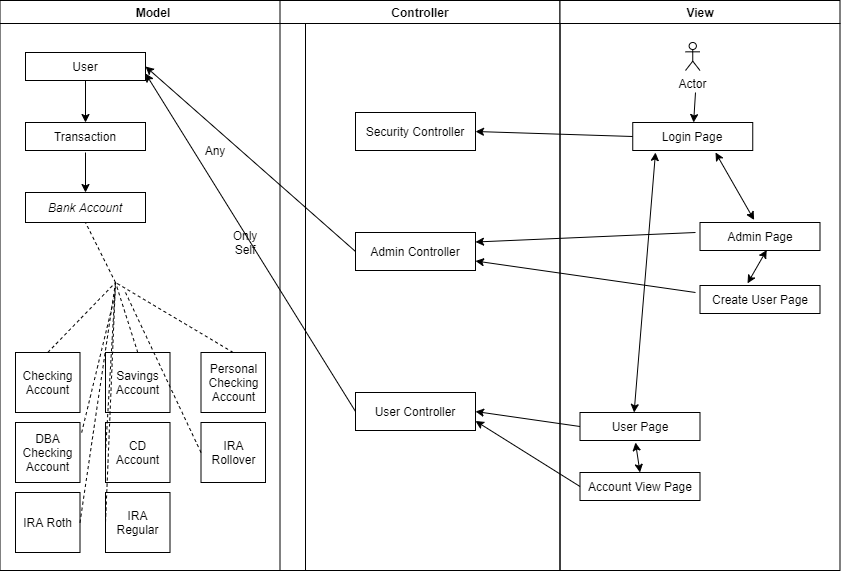
Earlier version of the draw.io export UML.png (lifefromashes/bankApp). Source tidied: cells renumbered, new cells last; positions are measured from the earlier drawing's top-left corner, leaving out a move shared by most shapes.
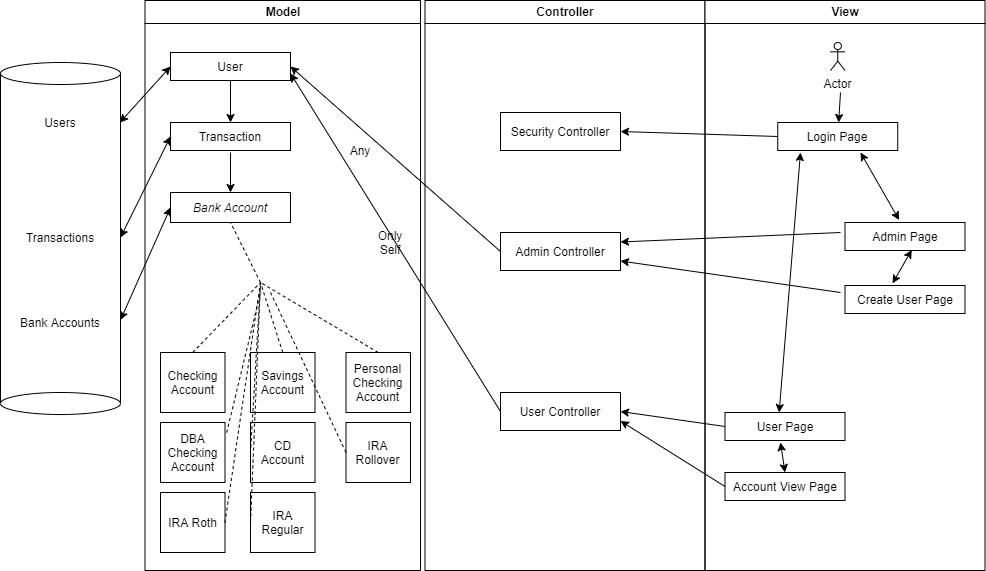
Above is the later version.

Commit message:
improved UML

Change to the diagram source:
```diff
@@ -2,8 +2,11 @@
   <root>
     <mxCell id="0" />
     <mxCell id="1" parent="0" />
+    <mxCell id="50" style="rounded=0;whiteSpace=wrap;html=1;" parent="1" vertex="1">
+      <mxGeometry x="-144" y="72" width="120" height="330" as="geometry" />
+    </mxCell>
     <mxCell id="2" value="Model" style="swimlane;whiteSpace=wrap;startSize=23;" parent="1" vertex="1">
-      <mxGeometry x="0.5" width="305.5" height="570" as="geometry" />
+      <mxGeometry x="0.5" width="275.5" height="570" as="geometry" />
     </mxCell>
     <mxCell id="3" value="&lt;i&gt;Bank Account&lt;/i&gt;" style="rounded=0;whiteSpace=wrap;html=1;" parent="2" vertex="1">
       <mxGeometry x="25.5" y="192" width="120" height="30" as="geometry" />
@@ -180,5 +183,29 @@
     <mxCell id="49" style="endArrow=classic;html=1;exitX=0;exitY=0.5;exitDx=0;exitDy=0;entryX=1;entryY=0.75;entryDx=0;entryDy=0;" parent="1" edge="1" source="29" target="4">
       <mxGeometry relative="1" as="geometry" />
     </mxCell>
+    <mxCell id="51" style="ellipse;whiteSpace=wrap;html=1;" parent="1" vertex="1">
+      <mxGeometry x="-144" y="62" width="120" height="22" as="geometry" />
+    </mxCell>
+    <mxCell id="52" style="ellipse;whiteSpace=wrap;html=1;" parent="1" vertex="1">
+      <mxGeometry x="-144" y="392" width="120" height="22" as="geometry" />
+    </mxCell>
+    <mxCell id="53" style="endArrow=classic;startArrow=classic;html=1;entryX=0;entryY=0.5;entryDx=0;entryDy=0;exitX=0.994;exitY=0.152;exitDx=0;exitDy=0;exitPerimeter=0;" parent="1" edge="1" source="50" target="4">
+      <mxGeometry relative="1" as="geometry" />
+    </mxCell>
+    <mxCell id="54" style="endArrow=classic;startArrow=classic;html=1;entryX=0;entryY=0.5;entryDx=0;entryDy=0;exitX=1;exitY=0.5;exitDx=0;exitDy=0;" parent="1" edge="1" source="50" target="26">
+      <mxGeometry relative="1" as="geometry" />
+    </mxCell>
+    <mxCell id="55" style="endArrow=classic;startArrow=classic;html=1;entryX=0;entryY=0.5;entryDx=0;entryDy=0;exitX=1;exitY=0.75;exitDx=0;exitDy=0;" parent="1" edge="1" source="50" target="3">
+      <mxGeometry relative="1" as="geometry" />
+    </mxCell>
+    <mxCell id="56" value="Users" style="text;html=1;strokeColor=none;fillColor=none;align=center;verticalAlign=middle;whiteSpace=wrap;rounded=0;" parent="1" vertex="1">
+      <mxGeometry x="-124" y="112" width="80" height="20" as="geometry" />
+    </mxCell>
+    <mxCell id="57" value="Transactions" style="text;html=1;strokeColor=none;fillColor=none;align=center;verticalAlign=middle;whiteSpace=wrap;rounded=0;" parent="1" vertex="1">
+      <mxGeometry x="-124" y="227" width="80" height="20" as="geometry" />
+    </mxCell>
+    <mxCell id="58" value="Bank Accounts" style="text;html=1;strokeColor=none;fillColor=none;align=center;verticalAlign=middle;whiteSpace=wrap;rounded=0;" parent="1" vertex="1">
+      <mxGeometry x="-134" y="312" width="100" height="20" as="geometry" />
+    </mxCell>
   </root>
 </mxGraphModel>
```
